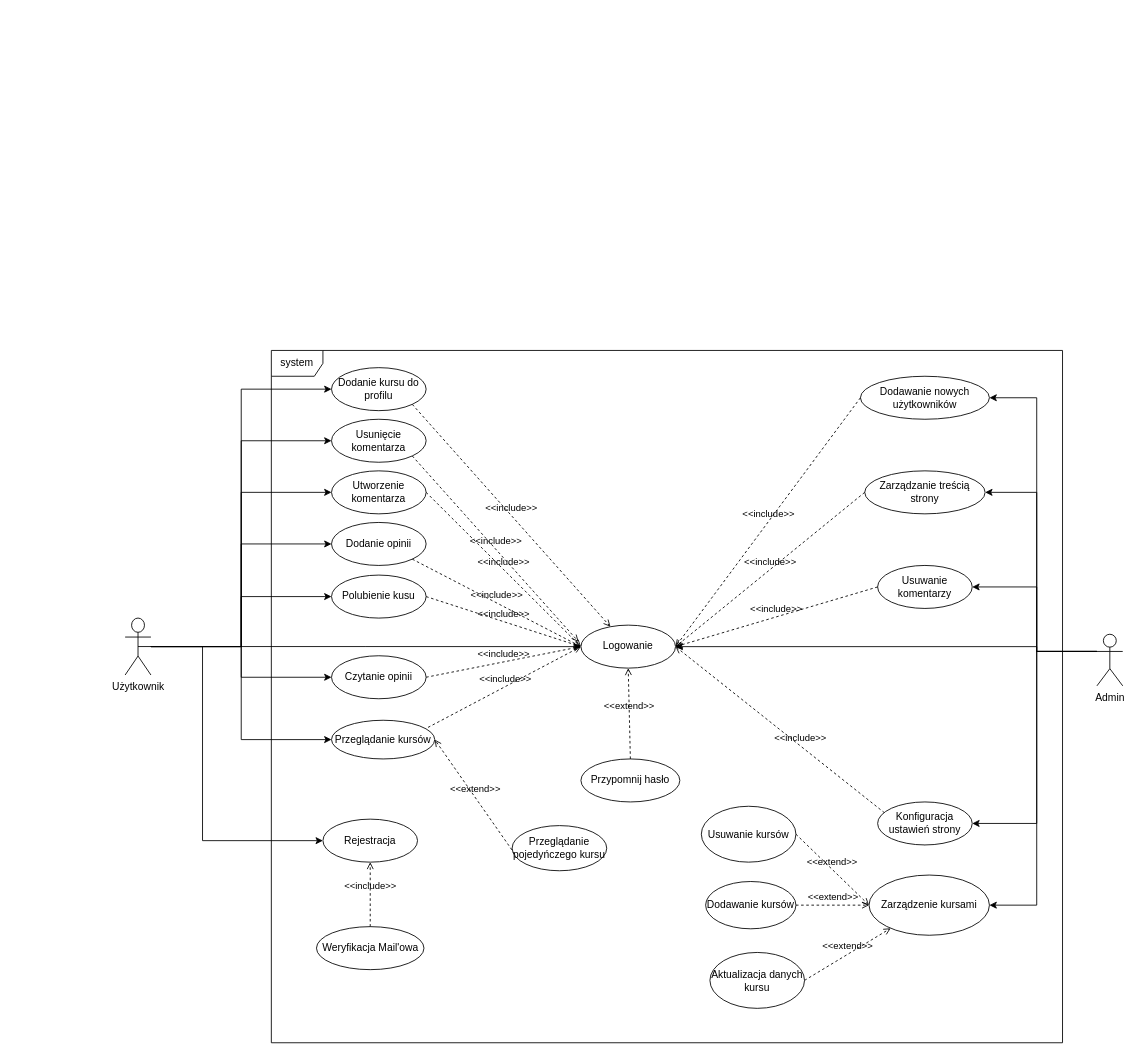
Earlier version of the draw.io diagram reports/use_cases/use_cases.drawio (p-dros/faisweb). Source tidied: cells renumbered, new cells numbered last; positions are measured from the earlier drawing's top-left corner, leaving out a move shared by most shapes. Both pictures are drawn from the tidied source at 86%, with x=0, y=0 at pixel (125, 350).
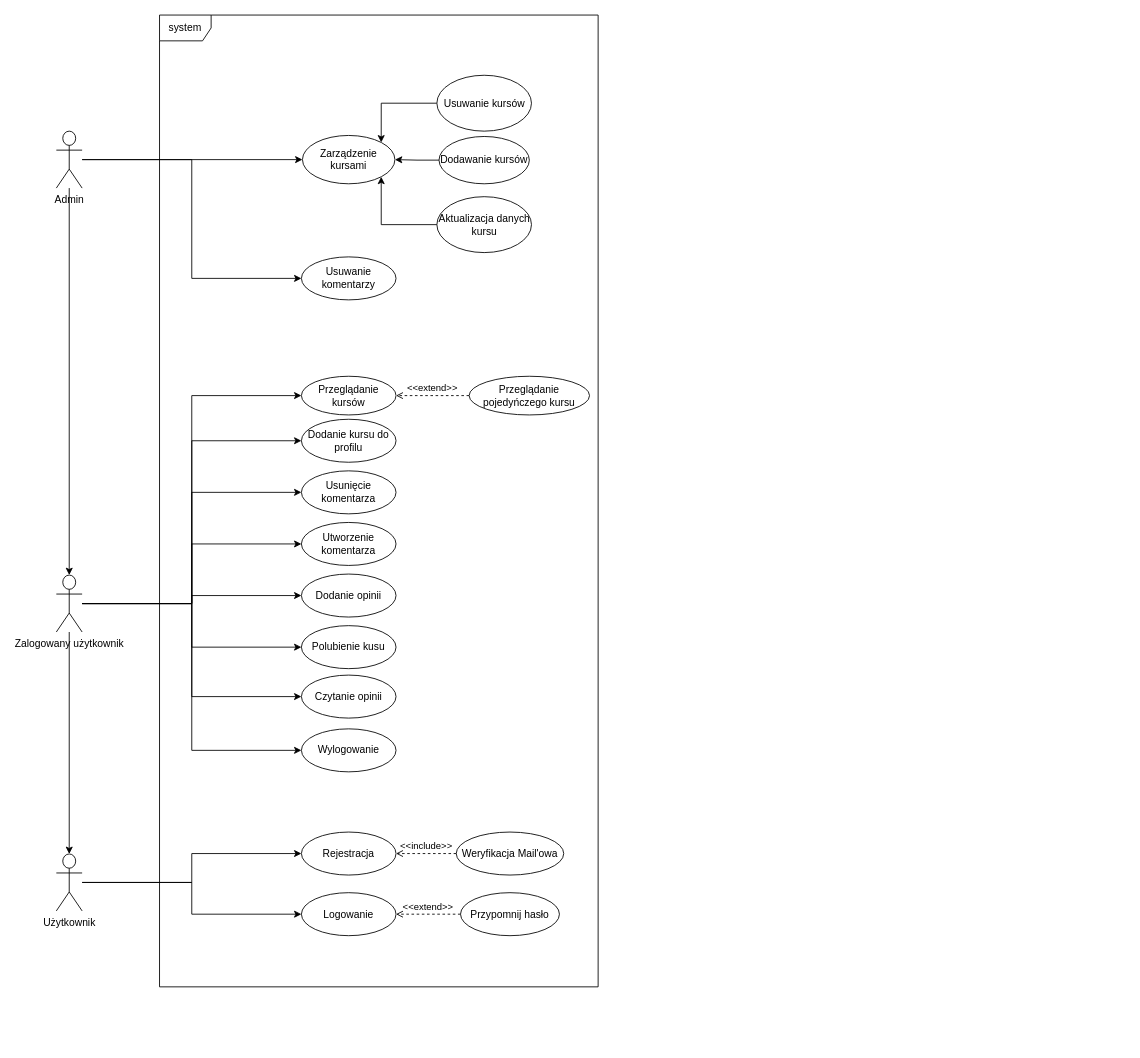
The same page after the edit.

Commit message:
refactor: use generalization relation

What changed in the source:
```diff
@@
-    <mxCell id="3" style="edgeStyle=orthogonalEdgeStyle;rounded=0;jettySize=auto;html=1;exitX=0.5;exitY=0.5;exitDx=0;exitDy=0;exitPerimeter=0;entryX=0;entryY=0.5;entryDx=0;entryDy=0;" parent="1" edge="1" source="11" target="38">
-      <mxGeometry relative="1" as="geometry">
-        <Array as="points">
-          <mxPoint x="90" y="344" />
-          <mxPoint x="90" y="570" />
-        </Array>
-      </mxGeometry>
+    <mxCell id="3" style="edgeStyle=orthogonalEdgeStyle;rounded=0;jettySize=auto;html=1;entryX=0;entryY=0.5;entryDx=0;entryDy=0;" parent="1" edge="1" source="11" target="38">
+      <mxGeometry relative="1" as="geometry" />
     </mxCell>
-    <mxCell id="4" style="edgeStyle=orthogonalEdgeStyle;rounded=0;jettySize=auto;html=1;entryX=0;entryY=0.5;entryDx=0;entryDy=0;" parent="1" edge="1" source="11" target="22">
-      <mxGeometry relative="1" as="geometry" />
-    </mxCell>
-    <mxCell id="5" style="edgeStyle=orthogonalEdgeStyle;rounded=0;jettySize=auto;html=1;entryX=0;entryY=0.5;entryDx=0;entryDy=0;" parent="1" edge="1" source="11" target="23">
-      <mxGeometry relative="1" as="geometry" />
-    </mxCell>
-    <mxCell id="6" style="edgeStyle=orthogonalEdgeStyle;rounded=0;jettySize=auto;html=1;entryX=0;entryY=0.5;entryDx=0;entryDy=0;" parent="1" edge="1" source="11" target="28">
-      <mxGeometry relative="1" as="geometry" />
-    </mxCell>
-    <mxCell id="7" style="edgeStyle=orthogonalEdgeStyle;rounded=0;jettySize=auto;html=1;entryX=0;entryY=0.5;entryDx=0;entryDy=0;" parent="1" edge="1" source="11" target="29">
-      <mxGeometry relative="1" as="geometry" />
-    </mxCell>
-    <mxCell id="8" style="edgeStyle=orthogonalEdgeStyle;rounded=0;jettySize=auto;html=1;entryX=0;entryY=0.5;entryDx=0;entryDy=0;" parent="1" edge="1" source="11" target="40">
-      <mxGeometry relative="1" as="geometry" />
-    </mxCell>
-    <mxCell id="9" style="edgeStyle=orthogonalEdgeStyle;rounded=0;jettySize=auto;html=1;entryX=0;entryY=0.5;entryDx=0;entryDy=0;" parent="1" edge="1" source="11" target="32">
-      <mxGeometry relative="1" as="geometry" />
-    </mxCell>
-    <mxCell id="10" style="edgeStyle=orthogonalEdgeStyle;rounded=0;jettySize=auto;html=1;entryX=0;entryY=0.5;entryDx=0;entryDy=0;" parent="1" edge="1" source="11" target="21">
-      <mxGeometry relative="1" as="geometry" />
-    </mxCell>
     <mxCell id="11" value="Użytkownik" style="shape=umlActor;verticalLabelPosition=bottom;verticalAlign=top;html=1;outlineConnect=0;" parent="1" vertex="1">
-      <mxGeometry y="311.2" width="30" height="66.2" as="geometry" />
+      <mxGeometry x="-80" y="585.5" width="30" height="66.2" as="geometry" />
     </mxCell>
     <mxCell id="12" value="system" style="shape=umlFrame;whiteSpace=wrap;html=1;" parent="1" vertex="1">
-      <mxGeometry x="170" width="920" height="805" as="geometry" />
+      <mxGeometry x="40" y="-390" width="510" height="1130" as="geometry" />
     </mxCell>
-    <mxCell id="13" value="Logowanie" style="ellipse;whiteSpace=wrap;html=1;" parent="1" vertex="1">
-      <mxGeometry x="530" y="319.4" width="110" height="50" as="geometry" />
-    </mxCell>
-    <mxCell id="14" style="edgeStyle=orthogonalEdgeStyle;rounded=0;jettySize=auto;html=1;exitX=0;exitY=0.3333333333333333;exitDx=0;exitDy=0;exitPerimeter=0;entryX=1;entryY=0.5;entryDx=0;entryDy=0;" parent="1" edge="1" source="19" target="13">
-      <mxGeometry relative="1" as="geometry">
-        <Array as="points">
-          <mxPoint x="1060" y="350" />
-          <mxPoint x="1060" y="344" />
-        </Array>
-      </mxGeometry>
-    </mxCell>
-    <mxCell id="15" style="edgeStyle=orthogonalEdgeStyle;rounded=0;jettySize=auto;html=1;exitX=0;exitY=0.3333333333333333;exitDx=0;exitDy=0;exitPerimeter=0;entryX=1;entryY=0.5;entryDx=0;entryDy=0;" parent="1" edge="1" source="19" target="36">
-      <mxGeometry relative="1" as="geometry">
-        <Array as="points">
-          <mxPoint x="1060" y="350" />
-          <mxPoint x="1060" y="55" />
-        </Array>
-      </mxGeometry>
-    </mxCell>
-    <mxCell id="16" style="edgeStyle=orthogonalEdgeStyle;rounded=0;jettySize=auto;html=1;exitX=0;exitY=0.3333333333333333;exitDx=0;exitDy=0;exitPerimeter=0;entryX=1;entryY=0.5;entryDx=0;entryDy=0;" parent="1" edge="1" source="19" target="39">
-      <mxGeometry relative="1" as="geometry">
-        <Array as="points">
-          <mxPoint x="1060" y="350" />
-          <mxPoint x="1060" y="165" />
-        </Array>
-      </mxGeometry>
-    </mxCell>
-    <mxCell id="17" style="edgeStyle=orthogonalEdgeStyle;rounded=0;jettySize=auto;html=1;exitX=0;exitY=0.3333333333333333;exitDx=0;exitDy=0;exitPerimeter=0;entryX=1;entryY=0.5;entryDx=0;entryDy=0;" parent="1" edge="1" source="19" target="37">
-      <mxGeometry relative="1" as="geometry">
-        <Array as="points">
-          <mxPoint x="1060" y="350" />
-          <mxPoint x="1060" y="275" />
-        </Array>
-      </mxGeometry>
-    </mxCell>
-    <mxCell id="18" style="edgeStyle=orthogonalEdgeStyle;rounded=0;jettySize=auto;html=1;exitX=0;exitY=0.3333333333333333;exitDx=0;exitDy=0;exitPerimeter=0;entryX=1;entryY=0.5;entryDx=0;entryDy=0;" parent="1" edge="1" source="19" target="48">
-      <mxGeometry relative="1" as="geometry">
-        <Array as="points">
-          <mxPoint x="1060" y="350" />
-          <mxPoint x="1060" y="550" />
-        </Array>
-      </mxGeometry>
-    </mxCell>
-    <mxCell id="19" value="Admin" style="shape=umlActor;verticalLabelPosition=bottom;verticalAlign=top;html=1;" parent="1" vertex="1">
-      <mxGeometry x="1130" y="330" width="30" height="60" as="geometry" />
-    </mxCell>
-    <mxCell id="20" value="&amp;lt;&amp;lt;include&amp;gt;&amp;gt;" style="html=1;verticalAlign=bottom;labelBackgroundColor=none;endArrow=open;endFill=0;dashed=1;rounded=0;exitX=1;exitY=0.5;exitDx=0;exitDy=0;entryX=0;entryY=0.5;entryDx=0;entryDy=0;" parent="1" edge="1" source="22" target="13">
-      <mxGeometry relative="1" as="geometry" />
-    </mxCell>
     <mxCell id="21" value="Przeglądanie kursów" style="ellipse;whiteSpace=wrap;html=1;" parent="1" vertex="1">
-      <mxGeometry x="240" y="430" width="120" height="45" as="geometry" />
+      <mxGeometry x="205" y="30" width="110" height="45" as="geometry" />
     </mxCell>
     <mxCell id="22" value="Czytanie opinii" style="ellipse;whiteSpace=wrap;html=1;" parent="1" vertex="1">
-      <mxGeometry x="240" y="355" width="110" height="50" as="geometry" />
+      <mxGeometry x="205" y="377.5" width="110" height="50" as="geometry" />
     </mxCell>
     <mxCell id="23" value="Polubienie kusu" style="ellipse;whiteSpace=wrap;html=1;" parent="1" vertex="1">
-      <mxGeometry x="240" y="261.2" width="110" height="50" as="geometry" />
+      <mxGeometry x="205" y="320" width="110" height="50" as="geometry" />
     </mxCell>
-    <mxCell id="24" value="Przeglądanie pojedyńczego kursu" style="ellipse;whiteSpace=wrap;html=1;" parent="1" vertex="1">
-      <mxGeometry x="450" y="552.5" width="110" height="52.5" as="geometry" />
-    </mxCell>
-    <mxCell id="25" value="&amp;lt;&amp;lt;include&amp;gt;&amp;gt;" style="html=1;verticalAlign=bottom;labelBackgroundColor=none;endArrow=open;endFill=0;dashed=1;rounded=0;exitX=0.935;exitY=0.185;exitDx=0;exitDy=0;entryX=0;entryY=0.5;entryDx=0;entryDy=0;exitPerimeter=0;" parent="1" edge="1" source="21" target="13">
-      <mxGeometry relative="1" as="geometry" />
-    </mxCell>
-    <mxCell id="26" value="&amp;lt;&amp;lt;extend&amp;gt;&amp;gt;" style="html=1;verticalAlign=bottom;labelBackgroundColor=none;endArrow=open;endFill=0;dashed=1;rounded=0;exitX=0.029;exitY=0.632;exitDx=0;exitDy=0;exitPerimeter=0;entryX=1;entryY=0.5;entryDx=0;entryDy=0;" parent="1" edge="1" source="24" target="21">
+    <mxCell id="26" value="&amp;lt;&amp;lt;extend&amp;gt;&amp;gt;" style="html=1;verticalAlign=bottom;labelBackgroundColor=none;endArrow=open;endFill=0;dashed=1;rounded=0;exitX=0;exitY=0.5;exitDx=0;exitDy=0;entryX=1;entryY=0.5;entryDx=0;entryDy=0;" parent="1" edge="1" source="24" target="21">
       <mxGeometry relative="1" as="geometry" />
     </mxCell>
-    <mxCell id="27" value="&amp;lt;&amp;lt;include&amp;gt;&amp;gt;" style="html=1;verticalAlign=bottom;labelBackgroundColor=none;endArrow=open;endFill=0;dashed=1;rounded=0;exitX=1;exitY=0.5;exitDx=0;exitDy=0;entryX=0;entryY=0.5;entryDx=0;entryDy=0;" parent="1" edge="1" source="23" target="13">
-      <mxGeometry relative="1" as="geometry" />
-    </mxCell>
     <mxCell id="28" value="Dodanie opinii" style="ellipse;whiteSpace=wrap;html=1;" parent="1" vertex="1">
-      <mxGeometry x="240" y="200" width="110" height="50" as="geometry" />
+      <mxGeometry x="205" y="260" width="110" height="50" as="geometry" />
     </mxCell>
     <mxCell id="29" value="Utworzenie komentarza" style="ellipse;whiteSpace=wrap;html=1;" parent="1" vertex="1">
-      <mxGeometry x="240" y="140" width="110" height="50" as="geometry" />
+      <mxGeometry x="205" y="200" width="110" height="50" as="geometry" />
     </mxCell>
-    <mxCell id="30" value="&amp;lt;&amp;lt;include&amp;gt;&amp;gt;" style="html=1;verticalAlign=bottom;labelBackgroundColor=none;endArrow=open;endFill=0;dashed=1;rounded=0;exitX=1;exitY=1;exitDx=0;exitDy=0;entryX=0;entryY=0.5;entryDx=0;entryDy=0;" parent="1" edge="1" source="28" target="13">
-      <mxGeometry relative="1" as="geometry" />
-    </mxCell>
-    <mxCell id="31" value="&amp;lt;&amp;lt;include&amp;gt;&amp;gt;" style="html=1;verticalAlign=bottom;labelBackgroundColor=none;endArrow=open;endFill=0;dashed=1;rounded=0;entryX=0;entryY=0.5;entryDx=0;entryDy=0;exitX=1;exitY=0.5;exitDx=0;exitDy=0;" parent="1" edge="1" source="29" target="13">
-      <mxGeometry relative="1" as="geometry" />
-    </mxCell>
     <mxCell id="32" value="Dodanie kursu do profilu" style="ellipse;whiteSpace=wrap;html=1;" parent="1" vertex="1">
-      <mxGeometry x="240" y="20" width="110" height="50" as="geometry" />
+      <mxGeometry x="205" y="80" width="110" height="50" as="geometry" />
     </mxCell>
-    <mxCell id="33" value="&amp;lt;&amp;lt;include&amp;gt;&amp;gt;" style="html=1;verticalAlign=bottom;labelBackgroundColor=none;endArrow=open;endFill=0;dashed=1;rounded=0;exitX=1;exitY=1;exitDx=0;exitDy=0;" parent="1" edge="1" source="32" target="13">
-      <mxGeometry relative="1" as="geometry" />
-    </mxCell>
-    <mxCell id="34" value="&amp;lt;&amp;lt;extend&amp;gt;&amp;gt;" style="html=1;verticalAlign=bottom;labelBackgroundColor=none;endArrow=open;endFill=0;dashed=1;rounded=0;exitX=0.5;exitY=0;exitDx=0;exitDy=0;entryX=0.5;entryY=1;entryDx=0;entryDy=0;" parent="1" edge="1" source="35" target="13">
+    <mxCell id="34" value="&amp;lt;&amp;lt;extend&amp;gt;&amp;gt;" style="html=1;verticalAlign=bottom;labelBackgroundColor=none;endArrow=open;endFill=0;dashed=1;rounded=0;exitX=0;exitY=0.5;exitDx=0;exitDy=0;entryX=1;entryY=0.5;entryDx=0;entryDy=0;" parent="1" edge="1" source="35" target="13">
       <mxGeometry relative="1" as="geometry" />
     </mxCell>
     <mxCell id="35" value="Przypomnij hasło" style="ellipse;whiteSpace=wrap;html=1;" parent="1" vertex="1">
-      <mxGeometry x="530" y="475" width="115" height="50" as="geometry" />
+      <mxGeometry x="390" y="630.5" width="115" height="50" as="geometry" />
     </mxCell>
-    <mxCell id="36" value="Dodawanie nowych użytkowników" style="ellipse;whiteSpace=wrap;html=1;" parent="1" vertex="1">
-      <mxGeometry x="855" y="30" width="150" height="50" as="geometry" />
-    </mxCell>
     <mxCell id="37" value="Usuwanie komentarzy" style="ellipse;whiteSpace=wrap;html=1;" parent="1" vertex="1">
-      <mxGeometry x="875" y="250" width="110" height="50" as="geometry" />
+      <mxGeometry x="205" y="-108.8" width="110" height="50" as="geometry" />
     </mxCell>
     <mxCell id="38" value="Rejestracja" style="ellipse;whiteSpace=wrap;html=1;" parent="1" vertex="1">
-      <mxGeometry x="230" y="545" width="110" height="50" as="geometry" />
+      <mxGeometry x="205" y="560" width="110" height="50" as="geometry" />
     </mxCell>
-    <mxCell id="39" value="Zarządzanie treścią strony" style="ellipse;whiteSpace=wrap;html=1;" parent="1" vertex="1">
-      <mxGeometry x="860" y="140" width="140" height="50" as="geometry" />
-    </mxCell>
     <mxCell id="40" value="Usunięcie komentarza" style="ellipse;whiteSpace=wrap;html=1;" parent="1" vertex="1">
-      <mxGeometry x="240" y="80" width="110" height="50" as="geometry" />
+      <mxGeometry x="205" y="140" width="110" height="50" as="geometry" />
     </mxCell>
-    <mxCell id="41" value="&amp;lt;&amp;lt;include&amp;gt;&amp;gt;" style="html=1;verticalAlign=bottom;labelBackgroundColor=none;endArrow=open;endFill=0;dashed=1;rounded=0;entryX=-0.025;entryY=0.386;entryDx=0;entryDy=0;exitX=1;exitY=1;exitDx=0;exitDy=0;entryPerimeter=0;" parent="1" edge="1" source="40" target="13">
-      <mxGeometry relative="1" as="geometry" />
-    </mxCell>
-    <mxCell id="42" value="&amp;lt;&amp;lt;include&amp;gt;&amp;gt;" style="html=1;verticalAlign=bottom;labelBackgroundColor=none;endArrow=open;endFill=0;dashed=1;rounded=0;exitX=0;exitY=0.5;exitDx=0;exitDy=0;entryX=1;entryY=0.5;entryDx=0;entryDy=0;" parent="1" edge="1" source="37" target="13">
-      <mxGeometry relative="1" as="geometry" />
-    </mxCell>
-    <mxCell id="43" value="&amp;lt;&amp;lt;include&amp;gt;&amp;gt;" style="html=1;verticalAlign=bottom;labelBackgroundColor=none;endArrow=open;endFill=0;dashed=1;rounded=0;exitX=0.5;exitY=1;exitDx=0;exitDy=0;entryX=1;entryY=0.5;entryDx=0;entryDy=0;" parent="1" edge="1" source="48" target="13">
-      <mxGeometry relative="1" as="geometry" />
-    </mxCell>
     <mxCell id="44" value="Weryfikacja Mail'owa" style="ellipse;whiteSpace=wrap;html=1;" parent="1" vertex="1">
-      <mxGeometry x="222.5" y="670" width="125" height="50" as="geometry" />
+      <mxGeometry x="385" y="560" width="125" height="50" as="geometry" />
     </mxCell>
-    <mxCell id="45" value="&amp;lt;&amp;lt;include&amp;gt;&amp;gt;" style="html=1;verticalAlign=bottom;labelBackgroundColor=none;endArrow=open;endFill=0;dashed=1;rounded=0;exitX=0;exitY=0.5;exitDx=0;exitDy=0;entryX=1;entryY=0.5;entryDx=0;entryDy=0;" parent="1" edge="1" source="36" target="13">
-      <mxGeometry relative="1" as="geometry" />
-    </mxCell>
-    <mxCell id="46" value="&amp;lt;&amp;lt;include&amp;gt;&amp;gt;" style="html=1;verticalAlign=bottom;labelBackgroundColor=none;endArrow=open;endFill=0;dashed=1;rounded=0;exitX=0;exitY=0.5;exitDx=0;exitDy=0;entryX=1;entryY=0.5;entryDx=0;entryDy=0;" parent="1" edge="1" source="39" target="13">
-      <mxGeometry relative="1" as="geometry" />
-    </mxCell>
-    <mxCell id="47" value="&amp;lt;&amp;lt;include&amp;gt;&amp;gt;" style="html=1;verticalAlign=bottom;labelBackgroundColor=none;endArrow=open;endFill=0;dashed=1;rounded=0;entryX=0.5;entryY=1;entryDx=0;entryDy=0;exitX=0.5;exitY=0;exitDx=0;exitDy=0;" parent="1" edge="1" source="44" target="38">
+    <mxCell id="47" value="&amp;lt;&amp;lt;include&amp;gt;&amp;gt;" style="html=1;verticalAlign=bottom;labelBackgroundColor=none;endArrow=open;endFill=0;dashed=1;rounded=0;entryX=1;entryY=0.5;entryDx=0;entryDy=0;exitX=0;exitY=0.5;exitDx=0;exitDy=0;" parent="1" edge="1" source="44" target="38">
       <mxGeometry relative="1" as="geometry" />
     </mxCell>
-    <mxCell id="48" value="Konfiguracja ustawień strony" style="ellipse;whiteSpace=wrap;html=1;" parent="1" vertex="1">
-      <mxGeometry x="875" y="525" width="110" height="50" as="geometry" />
-    </mxCell>
     <mxCell id="49" value="Zarządzenie kursami" style="ellipse;whiteSpace=wrap;html=1;" parent="1" vertex="1">
-      <mxGeometry x="865" y="610" width="140" height="70" as="geometry" />
+      <mxGeometry x="206.2" y="-250" width="107.5" height="56.2" as="geometry" />
     </mxCell>
-    <mxCell id="50" value="&amp;lt;&amp;lt;extend&amp;gt;&amp;gt;" style="html=1;verticalAlign=bottom;labelBackgroundColor=none;endArrow=open;endFill=0;dashed=1;rounded=0;exitX=1;exitY=0.5;exitDx=0;exitDy=0;entryX=0;entryY=0.5;entryDx=0;entryDy=0;" parent="1" edge="1" source="51" target="49">
+    <mxCell id="50" style="edgeStyle=orthogonalEdgeStyle;rounded=0;jettySize=auto;html=1;entryX=1;entryY=0;entryDx=0;entryDy=0;" parent="1" edge="1" source="51" target="49">
       <mxGeometry relative="1" as="geometry" />
     </mxCell>
     <mxCell id="51" value="Usuwanie kursów" style="ellipse;whiteSpace=wrap;html=1;" parent="1" vertex="1">
-      <mxGeometry x="670" y="530" width="110" height="65" as="geometry" />
+      <mxGeometry x="362.5" y="-320" width="110" height="65" as="geometry" />
     </mxCell>
-    <mxCell id="52" value="&amp;lt;&amp;lt;extend&amp;gt;&amp;gt;" style="html=1;verticalAlign=bottom;labelBackgroundColor=none;endArrow=open;endFill=0;dashed=1;rounded=0;exitX=1;exitY=0.5;exitDx=0;exitDy=0;" parent="1" edge="1" source="53" target="49">
+    <mxCell id="52" style="edgeStyle=orthogonalEdgeStyle;rounded=0;jettySize=auto;html=1;entryX=1;entryY=0.5;entryDx=0;entryDy=0;" parent="1" edge="1" source="53" target="49">
       <mxGeometry relative="1" as="geometry" />
     </mxCell>
     <mxCell id="53" value="Dodawanie kursów" style="ellipse;whiteSpace=wrap;html=1;" parent="1" vertex="1">
-      <mxGeometry x="675" y="617.5" width="105" height="55" as="geometry" />
+      <mxGeometry x="365" y="-248.8" width="105" height="55" as="geometry" />
     </mxCell>
-    <mxCell id="54" value="&amp;lt;&amp;lt;extend&amp;gt;&amp;gt;" style="html=1;verticalAlign=bottom;labelBackgroundColor=none;endArrow=open;endFill=0;dashed=1;rounded=0;exitX=1;exitY=0.5;exitDx=0;exitDy=0;" parent="1" edge="1" source="55" target="49">
+    <mxCell id="54" style="edgeStyle=orthogonalEdgeStyle;rounded=0;jettySize=auto;html=1;entryX=1;entryY=1;entryDx=0;entryDy=0;" parent="1" edge="1" source="55" target="49">
       <mxGeometry relative="1" as="geometry" />
     </mxCell>
     <mxCell id="55" value="Aktualizacja danych kursu" style="ellipse;whiteSpace=wrap;html=1;" parent="1" vertex="1">
-      <mxGeometry x="680" y="700" width="110" height="65" as="geometry" />
+      <mxGeometry x="362.5" y="-178.8" width="110" height="65" as="geometry" />
     </mxCell>
+    <mxCell id="57" style="edgeStyle=orthogonalEdgeStyle;rounded=0;jettySize=auto;html=1;entryX=0;entryY=0.5;entryDx=0;entryDy=0;" parent="1" edge="1" source="66" target="22">
+      <mxGeometry relative="1" as="geometry" />
+    </mxCell>
+    <mxCell id="58" style="edgeStyle=orthogonalEdgeStyle;rounded=0;jettySize=auto;html=1;" parent="1" edge="1" source="66" target="23">
+      <mxGeometry relative="1" as="geometry" />
+    </mxCell>
+    <mxCell id="59" style="edgeStyle=orthogonalEdgeStyle;rounded=0;jettySize=auto;html=1;entryX=0;entryY=0.5;entryDx=0;entryDy=0;" parent="1" edge="1" source="66" target="28">
+      <mxGeometry relative="1" as="geometry" />
+    </mxCell>
+    <mxCell id="60" style="edgeStyle=orthogonalEdgeStyle;rounded=0;jettySize=auto;html=1;entryX=0;entryY=0.5;entryDx=0;entryDy=0;" parent="1" edge="1" source="66" target="29">
+      <mxGeometry relative="1" as="geometry" />
+    </mxCell>
+    <mxCell id="61" style="edgeStyle=orthogonalEdgeStyle;rounded=0;jettySize=auto;html=1;entryX=0;entryY=0.5;entryDx=0;entryDy=0;" parent="1" edge="1" source="66" target="40">
+      <mxGeometry relative="1" as="geometry" />
+    </mxCell>
+    <mxCell id="62" style="edgeStyle=orthogonalEdgeStyle;rounded=0;jettySize=auto;html=1;entryX=0;entryY=0.5;entryDx=0;entryDy=0;" parent="1" edge="1" source="66" target="32">
+      <mxGeometry relative="1" as="geometry" />
+    </mxCell>
+    <mxCell id="63" style="edgeStyle=orthogonalEdgeStyle;rounded=0;jettySize=auto;html=1;entryX=0;entryY=0.5;entryDx=0;entryDy=0;" parent="1" edge="1" source="66" target="21">
+      <mxGeometry relative="1" as="geometry" />
+    </mxCell>
+    <mxCell id="64" style="edgeStyle=orthogonalEdgeStyle;rounded=0;jettySize=auto;html=1;" parent="1" edge="1" source="66" target="11">
+      <mxGeometry relative="1" as="geometry" />
+    </mxCell>
+    <mxCell id="65" style="edgeStyle=orthogonalEdgeStyle;rounded=0;jettySize=auto;html=1;entryX=0;entryY=0.5;entryDx=0;entryDy=0;" parent="1" edge="1" source="66" target="67">
+      <mxGeometry relative="1" as="geometry" />
+    </mxCell>
+    <mxCell id="66" value="Zalogowany użytkownik" style="shape=umlActor;verticalLabelPosition=bottom;verticalAlign=top;html=1;outlineConnect=0;" parent="1" vertex="1">
+      <mxGeometry x="-80" y="261.2" width="30" height="66.2" as="geometry" />
+    </mxCell>
+    <mxCell id="24" value="Przeglądanie pojedyńczego kursu" style="ellipse;whiteSpace=wrap;html=1;" parent="1" vertex="1">
+      <mxGeometry x="400" y="30" width="140" height="45" as="geometry" />
+    </mxCell>
-    <mxCell id="56" style="edgeStyle=orthogonalEdgeStyle;rounded=0;jettySize=auto;html=1;entryX=1;entryY=0.5;entryDx=0;entryDy=0;exitX=0;exitY=0.3333333333333333;exitDx=0;exitDy=0;exitPerimeter=0;" parent="1" edge="1" source="19" target="49">
-      <mxGeometry relative="1" as="geometry">
-        <Array as="points">
-          <mxPoint x="1060" y="350" />
-          <mxPoint x="1060" y="645" />
-        </Array>
-      </mxGeometry>
+    <mxCell id="56" style="edgeStyle=orthogonalEdgeStyle;rounded=0;jettySize=auto;html=1;entryX=0;entryY=0.5;entryDx=0;entryDy=0;" parent="1" edge="1" source="19" target="49">
+      <mxGeometry relative="1" as="geometry" />
     </mxCell>
+    <mxCell id="17" style="edgeStyle=orthogonalEdgeStyle;rounded=0;jettySize=auto;html=1;entryX=0;entryY=0.5;entryDx=0;entryDy=0;" parent="1" edge="1" source="19" target="37">
+      <mxGeometry relative="1" as="geometry" />
+    </mxCell>
+    <mxCell id="19" value="Admin" style="shape=umlActor;verticalLabelPosition=bottom;verticalAlign=top;html=1;outlineConnect=0;" parent="1" vertex="1">
+      <mxGeometry x="-80" y="-255" width="30" height="66.2" as="geometry" />
+    </mxCell>
+    <mxCell id="13" value="Logowanie" style="ellipse;whiteSpace=wrap;html=1;" parent="1" vertex="1">
+      <mxGeometry x="205" y="630.5" width="110" height="50" as="geometry" />
+    </mxCell>
+    <mxCell id="67" value="Wylogowanie" style="ellipse;whiteSpace=wrap;html=1;" parent="1" vertex="1">
+      <mxGeometry x="205" y="440" width="110" height="50" as="geometry" />
+    </mxCell>
+    <mxCell id="68" style="edgeStyle=orthogonalEdgeStyle;rounded=0;jettySize=auto;html=1;entryX=0.5;entryY=0;entryDx=0;entryDy=0;entryPerimeter=0;" parent="1" edge="1" source="19" target="66">
+      <mxGeometry relative="1" as="geometry" />
+    </mxCell>
```
